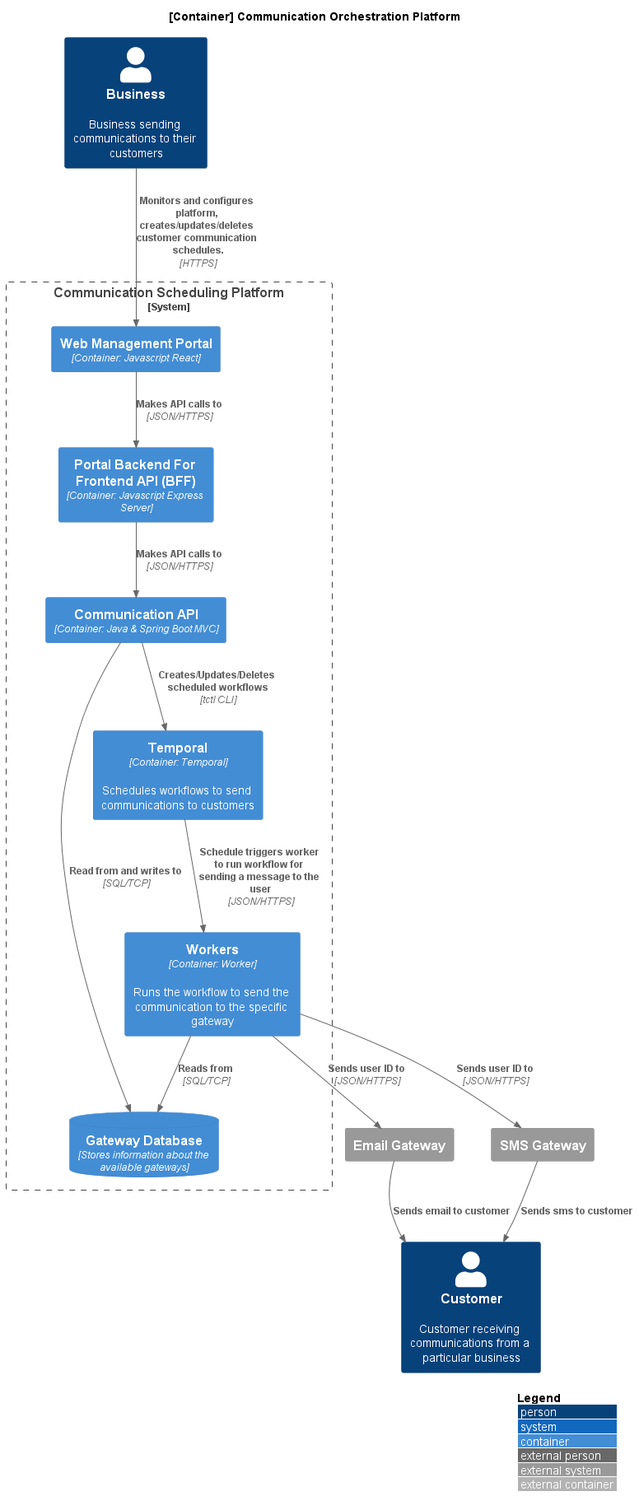
Earlier version of the PlantUML export Designs/Images/System Context/SystemContainerDiagram.png (CameronWard301/communication_scheduler).
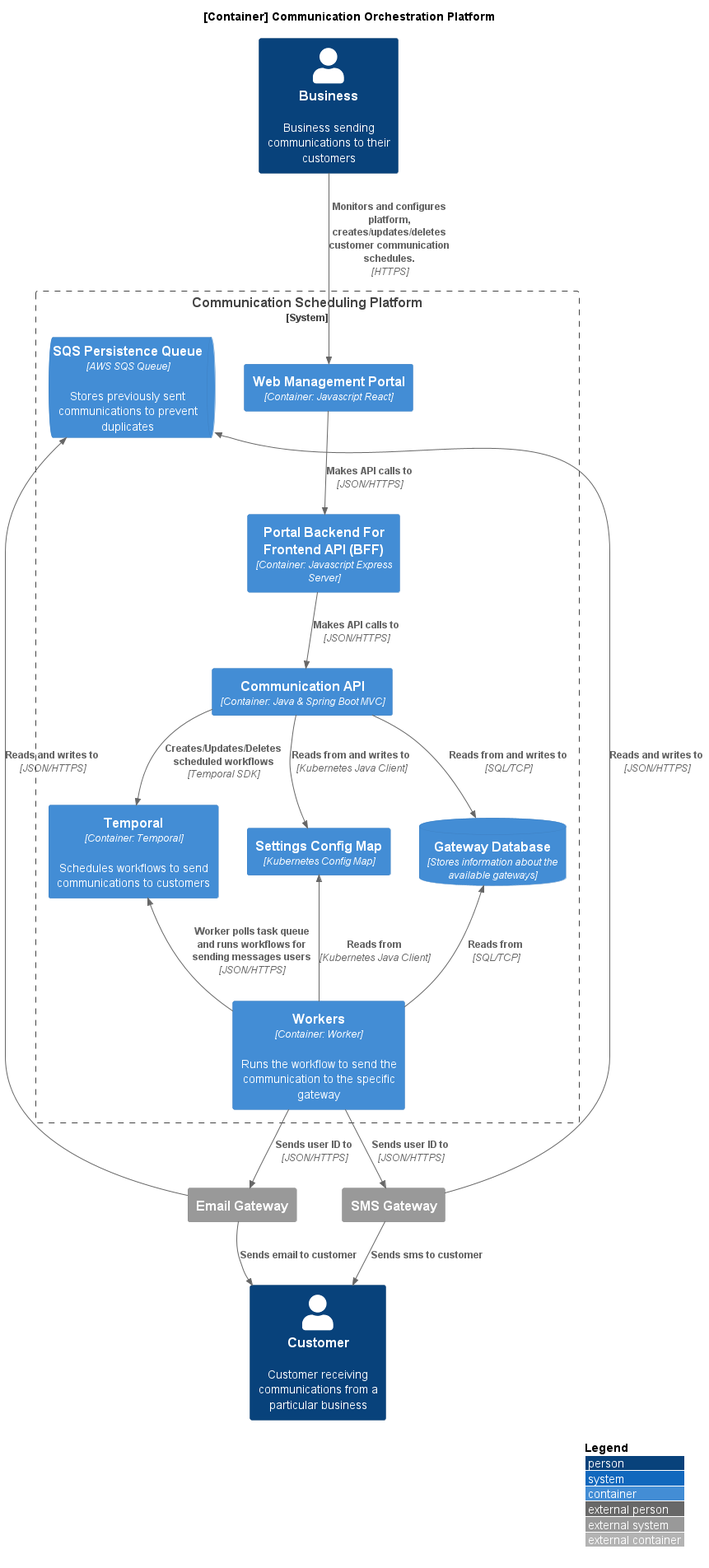
The same file after the commit.

Change to the diagram source:
```diff
@@ -10,11 +10,13 @@
 
 System_Boundary(system, "Communication Scheduling Platform") {
     Container(temporal, "Temporal", "Container: Temporal", "Schedules workflows to send communications to customers")
-    Container(workers, "Workers", "Container: Worker", "Runs the workflow to send the communication to the specific gateway")
     ContainerDb(gatewayDB, "Gateway Database", "Stores information about the available gateways")
     Container(platformAPI, "Communication API", "Container: Java & Spring Boot MVC")
     Container(webBFF, "Portal Backend For Frontend API (BFF)", "Container: Javascript Express Server")
     Container(webPortal, "Web Management Portal", "Container: Javascript React")
+    Container(settings, "Settings Config Map", "Kubernetes Config Map")
+    Container(workers, "Workers", "Container: Worker", "Runs the workflow to send the communication to the specific gateway")
+    ContainerQueue(queue, "SQS Persistence Queue", "AWS SQS Queue", "Stores previously sent communications to prevent duplicates")
 }
 
 
@@ -24,14 +26,19 @@
 Rel(business, webPortal, "Monitors and configures platform, creates/updates/deletes customer communication schedules.", "HTTPS")
 Rel(webPortal, webBFF, "Makes API calls to", "JSON/HTTPS")
 Rel(webBFF, platformAPI, "Makes API calls to", "JSON/HTTPS")
-Rel(platformAPI, gatewayDB, "Read from and writes to", "SQL/TCP")
-Rel(platformAPI, temporal, "Creates/Updates/Deletes scheduled workflows", "tctl CLI")
-Rel(temporal, workers, "Schedule triggers worker to run workflow for sending a message to the user", "JSON/HTTPS")
-Rel(workers, gatewayDB, "Reads from", "SQL/TCP")
-Rel(workers, email_gateway, "Sends user ID to", "JSON/HTTPS")
-Rel(workers, sms_gateway, "Sends user ID to", "JSON/HTTPS")
+Rel(platformAPI, gatewayDB, "Reads from and writes to", "SQL/TCP")
+Rel(platformAPI, settings, "Reads from and writes to", "Kubernetes Java Client")
+Rel(platformAPI, temporal, "Creates/Updates/Deletes scheduled workflows", "Temporal SDK")
+Rel_Up(workers, temporal, "Worker polls task queue and runs workflows for sending messages users", "JSON/HTTPS")
+Rel_Up(workers, gatewayDB, "Reads from", "SQL/TCP")
+Rel_Up(workers, settings, "Reads from", "Kubernetes Java Client")
+Rel_Down(workers, email_gateway, "Sends user ID to", "JSON/HTTPS")
+Rel_Down(workers, sms_gateway, "Sends user ID to", "JSON/HTTPS")
 
-Rel(email_gateway, customer, "Sends email to customer")
-Rel(sms_gateway, customer, "Sends sms to customer")
+Rel_Down(email_gateway, queue, "Reads and writes to", "JSON/HTTPS")
+Rel_Down(sms_gateway, queue, "Reads and writes to", "JSON/HTTPS")
+
+Rel_Down(email_gateway, customer, "Sends email to customer")
+Rel_Down(sms_gateway, customer, "Sends sms to customer")
 
 @enduml
```
